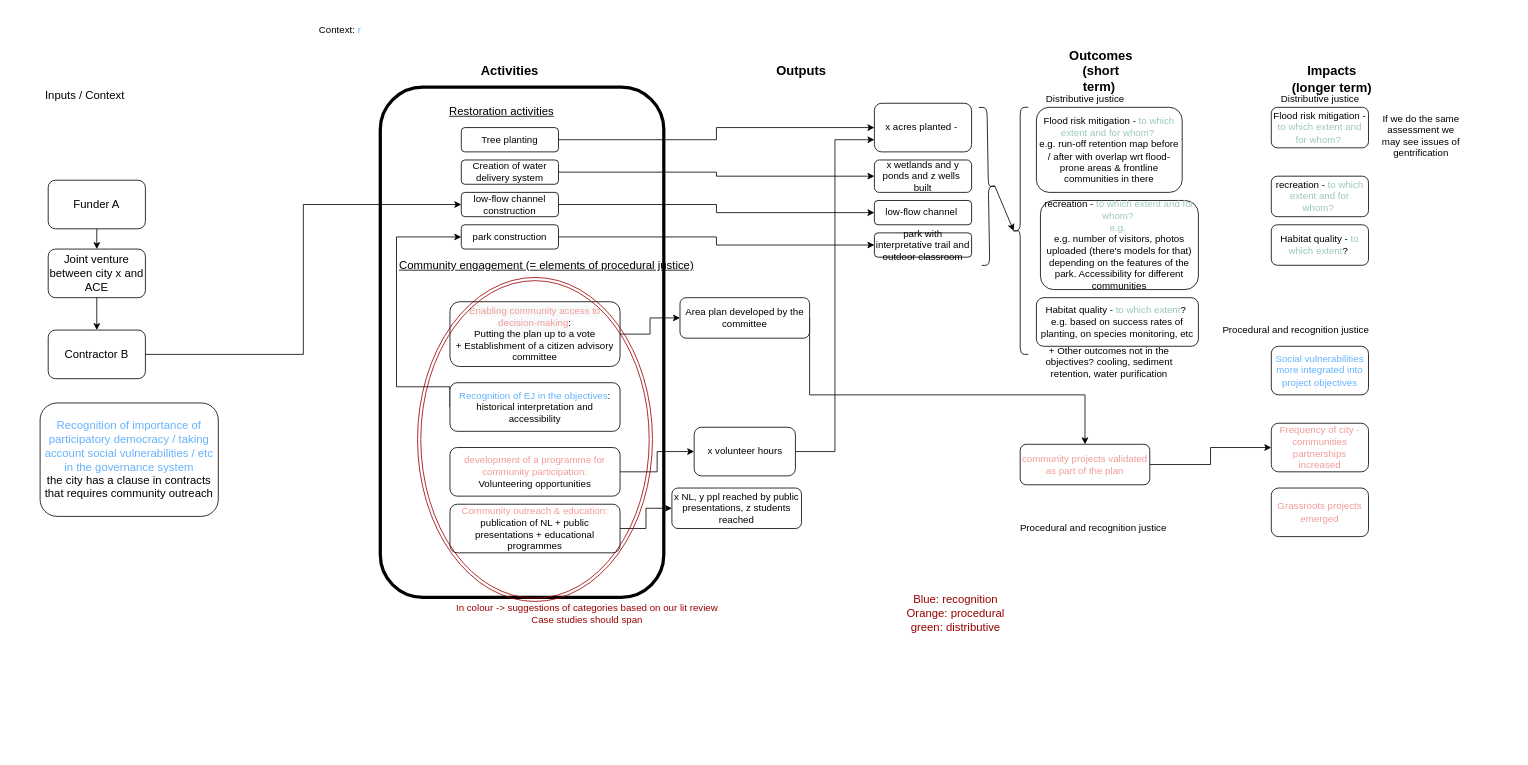
Before: TentativeEJframework.drawio in nadasaidi/automatic-funicular, a draw.io diagram. Source tidied: cells renumbered, new cells numbered last; positions are measured from the earlier drawing's top-left corner, leaving out a move shared by most shapes. Both pictures are drawn from the tidied source at 81%, with x=0, y=0 at pixel (40, 22).
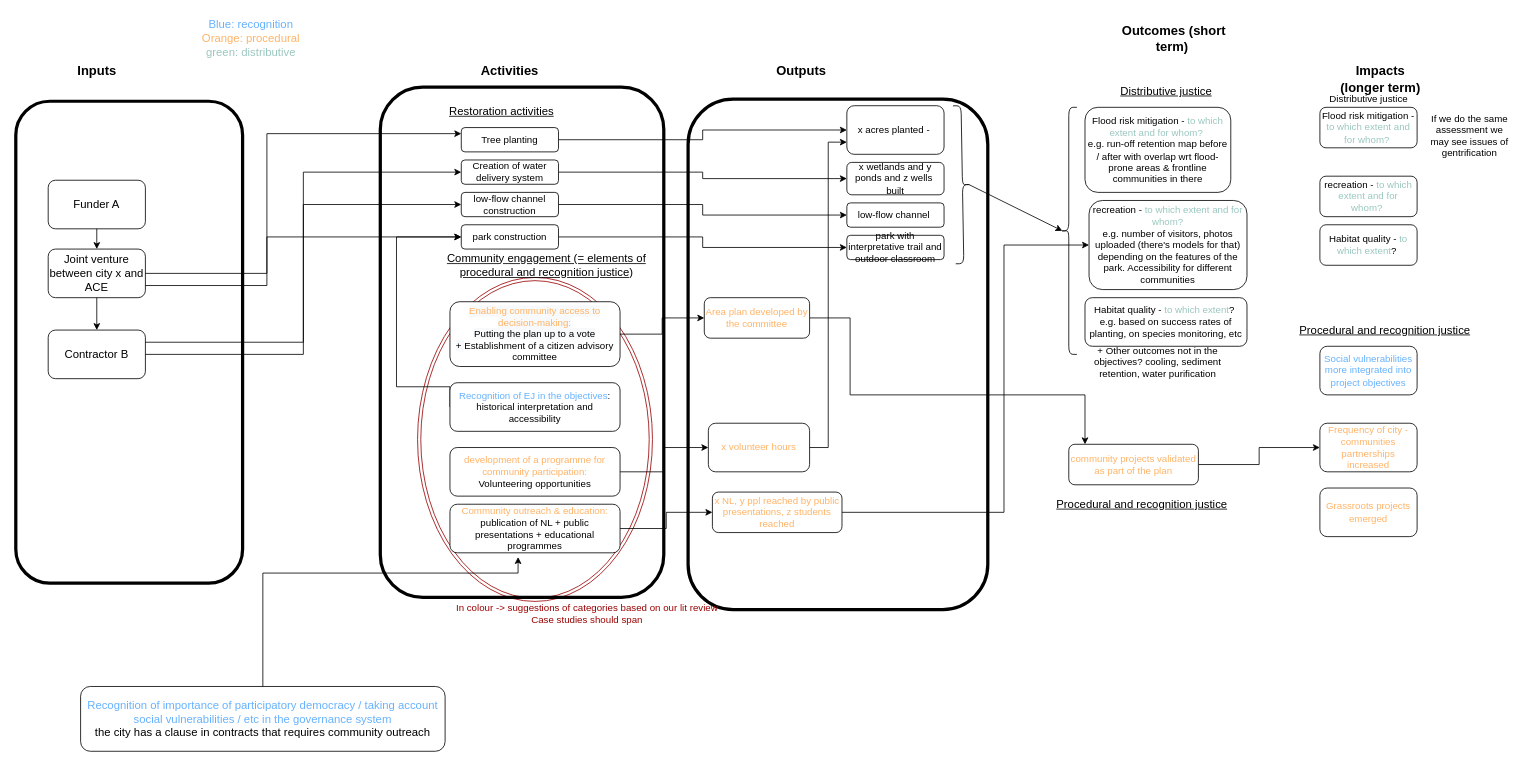
The same page after the edit.

Unchanged cells that the change refers to:
```xml
<mxCell id="5" value="Tree planting" style="rounded=1;whiteSpace=wrap;html=1;" parent="1" vertex="1">
  <mxGeometry x="520" y="130" width="120" height="30" as="geometry" />
</mxCell>
<mxCell id="8" value="Creation of water delivery system" style="rounded=1;whiteSpace=wrap;html=1;" parent="1" vertex="1">
  <mxGeometry x="520" y="170" width="120" height="30" as="geometry" />
</mxCell>
<mxCell id="12" value="park construction" style="rounded=1;whiteSpace=wrap;html=1;" parent="1" vertex="1">
  <mxGeometry x="520" y="250" width="120" height="30" as="geometry" />
</mxCell>
<mxCell id="62" value="Joint venture between city x and ACE" style="rounded=1;whiteSpace=wrap;html=1;strokeWidth=1;fillColor=none;fontSize=14;fontColor=#000000;" parent="1" vertex="1">
  <mxGeometry x="10" y="280" width="120" height="60" as="geometry" />
</mxCell>
<mxCell id="64" value="Contractor B" style="rounded=1;whiteSpace=wrap;html=1;strokeWidth=1;fillColor=none;fontSize=14;fontColor=#000000;" parent="1" vertex="1">
  <mxGeometry x="10" y="380" width="120" height="60" as="geometry" />
</mxCell>
```

What changed in the source:
```diff
@@
+    <mxCell id="66" style="rounded=1;whiteSpace=wrap;html=1;fontSize=16;fillColor=none;strokeWidth=4;" parent="1" vertex="1">
+      <mxGeometry x="800" y="95" width="370" height="630" as="geometry" />
+    </mxCell>
+    <mxCell id="67" style="rounded=1;whiteSpace=wrap;html=1;fontSize=16;fillColor=none;strokeWidth=4;" parent="1" vertex="1">
+      <mxGeometry x="-30" y="97.5" width="280" height="595" as="geometry" />
+    </mxCell>
+    <mxCell id="56" style="ellipse;shape=doubleEllipse;whiteSpace=wrap;html=1;fillColor=none;fontColor=#990000;strokeColor=#990000;" parent="1" vertex="1">
+      <mxGeometry x="466" y="315" width="290" height="400" as="geometry" />
+    </mxCell>
@@
-    <mxCell id="13" value="Community engagement (= elements of procedural justice)" style="text;html=1;align=center;verticalAlign=middle;fontSize=14;fontStyle=4;" parent="1" vertex="1">
-      <mxGeometry x="435" y="290" width="380" height="20" as="geometry" />
+    <mxCell id="13" value="&lt;div&gt;Community engagement (= elements of &lt;br&gt;&lt;/div&gt;&lt;div&gt;procedural and recognition justice)&lt;/div&gt;" style="text;html=1;align=center;verticalAlign=middle;fontSize=14;fontStyle=4;" parent="1" vertex="1">
+      <mxGeometry x="495" y="280" width="260" height="40" as="geometry" />
     </mxCell>
@@
-    <mxCell id="15" value="&lt;span style=&quot;font-family: &amp;#34;helvetica&amp;#34; ; font-size: 12px ; font-style: normal ; font-weight: 400 ; letter-spacing: normal ; text-align: center ; text-indent: 0px ; text-transform: none ; word-spacing: 0px ; background-color: rgb(248 , 249 , 250) ; display: inline ; float: none&quot;&gt;&lt;font color=&quot;#f19c99&quot;&gt;Enabling community access to decision-making&lt;/font&gt;&lt;/span&gt;&lt;span style=&quot;color: rgb(0 , 0 , 0) ; font-family: &amp;#34;helvetica&amp;#34; ; font-size: 12px ; font-style: normal ; font-weight: 400 ; letter-spacing: normal ; text-align: center ; text-indent: 0px ; text-transform: none ; word-spacing: 0px ; background-color: rgb(248 , 249 , 250) ; display: inline ; float: none&quot;&gt;: &lt;br&gt;Putting the plan up to a vote +&amp;nbsp;&lt;/span&gt;Establishment of a citizen advisory committee" style="rounded=1;whiteSpace=wrap;html=1;" parent="1" vertex="1">
+    <mxCell id="15" value="&lt;font color=&quot;#FFB366&quot;&gt;&lt;span style=&quot;font-family: &amp;#34;helvetica&amp;#34; ; font-size: 12px ; font-style: normal ; font-weight: 400 ; letter-spacing: normal ; text-align: center ; text-indent: 0px ; text-transform: none ; word-spacing: 0px ; background-color: rgb(248 , 249 , 250) ; display: inline ; float: none&quot;&gt;Enabling community access to decision-making&lt;/span&gt;&lt;/font&gt;&lt;span style=&quot;color: rgb(0 , 0 , 0) ; font-family: &amp;#34;helvetica&amp;#34; ; font-size: 12px ; font-style: normal ; font-weight: 400 ; letter-spacing: normal ; text-align: center ; text-indent: 0px ; text-transform: none ; word-spacing: 0px ; background-color: rgb(248 , 249 , 250) ; display: inline ; float: none&quot;&gt;&lt;font color=&quot;#FFB366&quot;&gt;: &lt;/font&gt;&lt;br&gt;Putting the plan up to a vote +&amp;nbsp;&lt;/span&gt;Establishment of a citizen advisory committee" style="rounded=1;whiteSpace=wrap;html=1;" parent="1" vertex="1">
       <mxGeometry x="506" y="345" width="210" height="80" as="geometry" />
     </mxCell>
@@
-    <mxCell id="19" value="&lt;font color=&quot;#f19c99&quot;&gt;development of a programme for community participation:&lt;/font&gt;&lt;br&gt;Volunteering opportunities" style="rounded=1;whiteSpace=wrap;html=1;" parent="1" vertex="1">
+    <mxCell id="19" value="&lt;font color=&quot;#FFB366&quot;&gt;development of a programme for community participation:&lt;/font&gt;&lt;br&gt;Volunteering opportunities" style="rounded=1;whiteSpace=wrap;html=1;" parent="1" vertex="1">
       <mxGeometry x="506" y="525" width="210" height="60" as="geometry" />
     </mxCell>
@@
-    <mxCell id="21" value="&lt;font color=&quot;#f19c99&quot;&gt;Community outreach &amp;amp; education:&lt;/font&gt;&lt;br&gt;publication of NL + public presentations + educational programmes" style="rounded=1;whiteSpace=wrap;html=1;" parent="1" vertex="1">
+    <mxCell id="21" value="&lt;font color=&quot;#FFB366&quot;&gt;Community outreach &amp;amp; education:&lt;/font&gt;&lt;br&gt;publication of NL + public presentations + educational programmes" style="rounded=1;whiteSpace=wrap;html=1;" parent="1" vertex="1">
       <mxGeometry x="506" y="595" width="210" height="60" as="geometry" />
     </mxCell>
@@
     <mxCell id="23" value="x acres planted -&amp;nbsp;" style="rounded=1;whiteSpace=wrap;html=1;" parent="1" vertex="1">
-      <mxGeometry x="1030" y="100" width="120" height="60" as="geometry" />
+      <mxGeometry x="996" y="103" width="120" height="60" as="geometry" />
     </mxCell>
     <mxCell id="24" value="x wetlands and y ponds and z wells&amp;nbsp; built" style="rounded=1;whiteSpace=wrap;html=1;" parent="1" vertex="1">
-      <mxGeometry x="1030" y="170" width="120" height="40" as="geometry" />
+      <mxGeometry x="996" y="173" width="120" height="40" as="geometry" />
     </mxCell>
     <mxCell id="25" value="low-flow channel&amp;nbsp;" style="rounded=1;whiteSpace=wrap;html=1;" parent="1" vertex="1">
-      <mxGeometry x="1030" y="220" width="120" height="30" as="geometry" />
+      <mxGeometry x="996" y="223" width="120" height="30" as="geometry" />
     </mxCell>
     <mxCell id="26" value="park with interpretative trail and outdoor classroom" style="rounded=1;whiteSpace=wrap;html=1;" parent="1" vertex="1">
-      <mxGeometry x="1030" y="260" width="120" height="30" as="geometry" />
+      <mxGeometry x="996" y="263" width="120" height="30" as="geometry" />
     </mxCell>
     <mxCell id="27" style="edgeStyle=orthogonalEdgeStyle;rounded=0;jettySize=auto;html=1;exitX=1;exitY=0.5;exitDx=0;exitDy=0;" parent="1" edge="1" source="28" target="35">
       <mxGeometry relative="1" as="geometry">
         <Array as="points">
-          <mxPoint x="950" y="460" />
+          <mxPoint x="1000" y="365" />
+          <mxPoint x="1000" y="460" />
           <mxPoint x="1290" y="460" />
         </Array>
       </mxGeometry>
     </mxCell>
-    <mxCell id="28" value="Area plan developed by the committee" style="rounded=1;whiteSpace=wrap;html=1;" parent="1" vertex="1">
-      <mxGeometry x="790" y="340" width="160" height="50" as="geometry" />
+    <mxCell id="28" value="&lt;font color=&quot;#FFB366&quot;&gt;Area plan developed by the committee&lt;/font&gt;" style="rounded=1;whiteSpace=wrap;html=1;" parent="1" vertex="1">
+      <mxGeometry x="820" y="340" width="130" height="50" as="geometry" />
     </mxCell>
+    <mxCell id="68" style="edgeStyle=orthogonalEdgeStyle;rounded=0;jettySize=auto;html=1;exitX=1;exitY=0.5;exitDx=0;exitDy=0;entryX=0;entryY=0.5;entryDx=0;entryDy=0;fontSize=16;fontColor=#000000;" parent="1" edge="1" source="29" target="36">
+      <mxGeometry relative="1" as="geometry">
+        <Array as="points">
+          <mxPoint x="1190" y="605" />
+          <mxPoint x="1190" y="275" />
+        </Array>
+      </mxGeometry>
+    </mxCell>
-    <mxCell id="29" value="x NL, y ppl reached by public presentations, z students reached" style="rounded=1;whiteSpace=wrap;html=1;" parent="1" vertex="1">
-      <mxGeometry x="780" y="575" width="160" height="50" as="geometry" />
+    <mxCell id="29" value="&lt;font color=&quot;#FFB366&quot;&gt;x NL, y ppl reached by public presentations, z students reached&lt;/font&gt;" style="rounded=1;whiteSpace=wrap;html=1;" parent="1" vertex="1">
+      <mxGeometry x="830" y="580" width="160" height="50" as="geometry" />
     </mxCell>
@@
-    <mxCell id="31" value="x volunteer hours" style="rounded=1;whiteSpace=wrap;html=1;" parent="1" vertex="1">
-      <mxGeometry x="807.5" y="500" width="125" height="60" as="geometry" />
+    <mxCell id="31" value="&lt;font color=&quot;#FFB366&quot;&gt;x volunteer hours&lt;/font&gt;" style="rounded=1;whiteSpace=wrap;html=1;" parent="1" vertex="1">
+      <mxGeometry x="825" y="495" width="125" height="60" as="geometry" />
     </mxCell>
     <mxCell id="32" value="Outcomes (short term)&amp;nbsp;" style="text;html=1;strokeColor=none;fillColor=none;align=center;verticalAlign=middle;whiteSpace=wrap;rounded=0;fontSize=16;fontStyle=1;" parent="1" vertex="1">
-      <mxGeometry x="1270" y="50" width="80" height="20" as="geometry" />
+      <mxGeometry x="1335" y="10" width="130" height="20" as="geometry" />
     </mxCell>
     <mxCell id="33" value="Flood risk mitigation - &lt;font color=&quot;#9ac7bf&quot;&gt;to which extent and for whom?&lt;/font&gt;&amp;nbsp;&lt;br&gt;e.g. run-off retention map before / after with overlap wrt flood-prone areas &amp;amp; frontline communities in there" style="rounded=1;whiteSpace=wrap;html=1;" parent="1" vertex="1">
-      <mxGeometry x="1230" y="105" width="180" height="105" as="geometry" />
+      <mxGeometry x="1290" y="105" width="180" height="105" as="geometry" />
     </mxCell>
@@
-    <mxCell id="35" value="&lt;font color=&quot;#f19c99&quot;&gt;community projects validated as part of the plan&lt;/font&gt;" style="rounded=1;whiteSpace=wrap;html=1;" parent="1" vertex="1">
-      <mxGeometry x="1210" y="521" width="160" height="50" as="geometry" />
+    <mxCell id="35" value="&lt;font color=&quot;#FFB366&quot;&gt;community projects validated as part of the plan&lt;/font&gt;" style="rounded=1;whiteSpace=wrap;html=1;" parent="1" vertex="1">
+      <mxGeometry x="1270" y="521" width="160" height="50" as="geometry" />
     </mxCell>
-    <mxCell id="36" value="recreation - &lt;font color=&quot;#9ac7bf&quot;&gt;to which extent and for whom?&amp;nbsp;&lt;/font&gt;&lt;br&gt;&lt;font color=&quot;#9ac7bf&quot;&gt;e.g.&amp;nbsp;&lt;/font&gt;&lt;br&gt;e.g. number of visitors, photos uploaded (there's models for that) depending on the features of the park. Accessibility for different communities" style="rounded=1;whiteSpace=wrap;html=1;" parent="1" vertex="1">
-      <mxGeometry x="1235" y="220" width="195" height="110" as="geometry" />
+    <mxCell id="36" value="recreation - &lt;font color=&quot;#9ac7bf&quot;&gt;to which extent and for whom? &lt;/font&gt;&lt;br&gt;e.g. number of visitors, photos uploaded (there's models for that) depending on the features of the park. Accessibility for different communities" style="rounded=1;whiteSpace=wrap;html=1;" parent="1" vertex="1">
+      <mxGeometry x="1295" y="220" width="195" height="110" as="geometry" />
     </mxCell>
     <mxCell id="37" value="Habitat quality - &lt;font color=&quot;#9ac7bf&quot;&gt;to which extent&lt;/font&gt;?&amp;nbsp;&lt;br&gt;e.g. based on success rates of planting, on species monitoring, etc" style="rounded=1;whiteSpace=wrap;html=1;" parent="1" vertex="1">
-      <mxGeometry x="1230" y="340" width="200" height="60" as="geometry" />
+      <mxGeometry x="1290" y="340" width="200" height="60" as="geometry" />
     </mxCell>
-    <mxCell id="38" value="Distributive justice" style="text;html=1;align=center;verticalAlign=middle;" parent="1" vertex="1">
-      <mxGeometry x="1235" y="85" width="110" height="20" as="geometry" />
+    <mxCell id="38" value="Distributive justice" style="text;html=1;align=center;verticalAlign=middle;fontSize=14;fontStyle=4;" parent="1" vertex="1">
+      <mxGeometry x="1325" y="75" width="130" height="20" as="geometry" />
     </mxCell>
     <mxCell id="39" value="Impacts (longer term)" style="text;html=1;strokeColor=none;fillColor=none;align=center;verticalAlign=middle;whiteSpace=wrap;rounded=0;fontSize=16;fontStyle=1;" parent="1" vertex="1">
-      <mxGeometry x="1540" y="60" width="110" height="20" as="geometry" />
+      <mxGeometry x="1600" y="60" width="110" height="20" as="geometry" />
     </mxCell>
     <mxCell id="40" style="shape=curlyBracket;whiteSpace=wrap;html=1;rounded=1;strokeColor=#000000;" parent="1" vertex="1">
-      <mxGeometry x="1200" y="105" width="20" height="305" as="geometry" />
+      <mxGeometry x="1260" y="105" width="20" height="305" as="geometry" />
     </mxCell>
     <mxCell id="41" style="shape=curlyBracket;whiteSpace=wrap;html=1;rounded=1;strokeColor=#000000;rotation=-181;size=0.5;" parent="1" vertex="1">
-      <mxGeometry x="1160.7" y="105" width="20" height="195" as="geometry" />
+      <mxGeometry x="1128.7" y="103" width="20" height="195" as="geometry" />
     </mxCell>
-    <mxCell id="42" style="endArrow=classic;html=1;entryX=0.1;entryY=0.5;entryDx=0;entryDy=0;entryPerimeter=0;exitX=0.1;exitY=0.5;exitDx=0;exitDy=0;exitPerimeter=0;" parent="1" edge="1" source="41" target="40">
+    <mxCell id="42" style="endArrow=classic;html=1;exitX=0.1;exitY=0.5;exitDx=0;exitDy=0;exitPerimeter=0;entryX=0.1;entryY=0.5;entryDx=0;entryDy=0;entryPerimeter=0;" parent="1" edge="1" source="41" target="40">
       <mxGeometry relative="1" as="geometry" />
     </mxCell>
     <mxCell id="43" value="Flood risk mitigation - &lt;font color=&quot;#9ac7bf&quot;&gt;to which extent and for whom?&lt;/font&gt;&amp;nbsp;" style="rounded=1;whiteSpace=wrap;html=1;" parent="1" vertex="1">
-      <mxGeometry x="1520" y="105" width="120" height="50" as="geometry" />
+      <mxGeometry x="1580" y="105" width="120" height="50" as="geometry" />
     </mxCell>
     <mxCell id="44" value="recreation - &lt;font color=&quot;#9ac7bf&quot;&gt;to which extent and for whom?&amp;nbsp;&lt;/font&gt;" style="rounded=1;whiteSpace=wrap;html=1;" parent="1" vertex="1">
-      <mxGeometry x="1520" y="190" width="120" height="50" as="geometry" />
+      <mxGeometry x="1580" y="190" width="120" height="50" as="geometry" />
     </mxCell>
     <mxCell id="45" value="Habitat quality - &lt;font color=&quot;#9ac7bf&quot;&gt;to which extent&lt;/font&gt;?&amp;nbsp;" style="rounded=1;whiteSpace=wrap;html=1;" parent="1" vertex="1">
-      <mxGeometry x="1520" y="250" width="120" height="50" as="geometry" />
+      <mxGeometry x="1580" y="250" width="120" height="50" as="geometry" />
     </mxCell>
     <mxCell id="46" value="Distributive justice" style="text;html=1;align=center;verticalAlign=middle;" parent="1" vertex="1">
-      <mxGeometry x="1525" y="85" width="110" height="20" as="geometry" />
+      <mxGeometry x="1585" y="85" width="110" height="20" as="geometry" />
     </mxCell>
     <mxCell id="47" value="If we do the same assessment we may see issues of gentrification" style="text;html=1;strokeColor=none;fillColor=none;align=center;verticalAlign=middle;whiteSpace=wrap;rounded=0;" parent="1" vertex="1">
-      <mxGeometry x="1650" y="130" width="110" height="20" as="geometry" />
+      <mxGeometry x="1710" y="130" width="110" height="20" as="geometry" />
     </mxCell>
     <mxCell id="48" value="+ Other outcomes not in the objectives? cooling, sediment retention, water purification" style="text;html=1;strokeColor=none;fillColor=none;align=center;verticalAlign=middle;whiteSpace=wrap;rounded=0;" parent="1" vertex="1">
-      <mxGeometry x="1235" y="410" width="170" height="20" as="geometry" />
+      <mxGeometry x="1295" y="410" width="170" height="20" as="geometry" />
     </mxCell>
-    <mxCell id="49" value="&lt;font color=&quot;#f19c99&quot;&gt;Frequency of city - communities partnerships increased&lt;/font&gt;" style="rounded=1;whiteSpace=wrap;html=1;strokeColor=#000000;" parent="1" vertex="1">
-      <mxGeometry x="1520" y="495" width="120" height="60" as="geometry" />
+    <mxCell id="49" value="&lt;font color=&quot;#FFB366&quot;&gt;Frequency of city - communities partnerships increased&lt;/font&gt;" style="rounded=1;whiteSpace=wrap;html=1;strokeColor=#000000;" parent="1" vertex="1">
+      <mxGeometry x="1580" y="495" width="120" height="60" as="geometry" />
     </mxCell>
     <mxCell id="50" value="&lt;font color=&quot;#66b2ff&quot;&gt;Social vulnerabilities more integrated into project objectives&lt;/font&gt;" style="rounded=1;whiteSpace=wrap;html=1;strokeColor=#000000;" parent="1" vertex="1">
-      <mxGeometry x="1520" y="400" width="120" height="60" as="geometry" />
+      <mxGeometry x="1580" y="400" width="120" height="60" as="geometry" />
     </mxCell>
@@
-    <mxCell id="52" value="Context:&lt;font color=&quot;#66b2ff&quot;&gt; r&lt;/font&gt;" style="text;html=1;align=center;verticalAlign=middle;" parent="1" vertex="1">
-      <mxGeometry x="335" width="70" height="20" as="geometry" />
-    </mxCell>
-    <mxCell id="53" value="&lt;font color=&quot;#f19c99&quot;&gt;Grassroots projects emerged&lt;/font&gt;" style="rounded=1;whiteSpace=wrap;html=1;strokeColor=#000000;" parent="1" vertex="1">
-      <mxGeometry x="1520" y="575" width="120" height="60" as="geometry" />
+    <mxCell id="53" value="&lt;font color=&quot;#FFB366&quot;&gt;Grassroots projects emerged&lt;/font&gt;" style="rounded=1;whiteSpace=wrap;html=1;strokeColor=#000000;" parent="1" vertex="1">
+      <mxGeometry x="1580" y="575" width="120" height="60" as="geometry" />
     </mxCell>
-    <mxCell id="54" value="Procedural and recognition justice" style="text;html=1;align=center;verticalAlign=middle;" parent="1" vertex="1">
-      <mxGeometry x="1450" y="370" width="200" height="20" as="geometry" />
+    <mxCell id="54" value="Procedural and recognition justice" style="text;html=1;align=center;verticalAlign=middle;fontSize=14;fontStyle=4;" parent="1" vertex="1">
+      <mxGeometry x="1545" y="370" width="230" height="20" as="geometry" />
     </mxCell>
-    <mxCell id="55" value="Procedural and recognition justice" style="text;html=1;align=center;verticalAlign=middle;" parent="1" vertex="1">
-      <mxGeometry x="1200" y="615" width="200" height="20" as="geometry" />
+    <mxCell id="55" value="Procedural and recognition justice" style="text;html=1;align=center;verticalAlign=middle;fontSize=14;fontStyle=4;" parent="1" vertex="1">
+      <mxGeometry x="1245" y="585" width="230" height="20" as="geometry" />
     </mxCell>
-    <mxCell id="56" style="ellipse;shape=doubleEllipse;whiteSpace=wrap;html=1;fillColor=none;fontColor=#990000;strokeColor=#990000;" parent="1" vertex="1">
-      <mxGeometry x="466" y="315" width="290" height="400" as="geometry" />
-    </mxCell>
-    <mxCell id="57" value="&lt;div&gt;Blue: recognition&lt;/div&gt;&lt;div&gt;Orange: procedural&lt;/div&gt;&lt;div&gt;green: distributive&lt;br&gt;&lt;/div&gt;" style="text;html=1;align=center;verticalAlign=middle;fontSize=14;fontColor=#990000;" parent="1" vertex="1">
-      <mxGeometry x="1060" y="700" width="140" height="60" as="geometry" />
+    <mxCell id="57" value="&lt;div&gt;&lt;font color=&quot;#66B2FF&quot;&gt;Blue: recognition&lt;/font&gt;&lt;/div&gt;&lt;div&gt;&lt;font color=&quot;#FFB366&quot;&gt;Orange: procedural&lt;/font&gt;&lt;/div&gt;&lt;div&gt;&lt;font color=&quot;#9AC7BF&quot;&gt;green: distributive&lt;/font&gt;&lt;br&gt;&lt;/div&gt;" style="text;html=1;align=center;verticalAlign=middle;fontSize=14;fontColor=#990000;" parent="1" vertex="1">
+      <mxGeometry x="190" y="-10" width="140" height="60" as="geometry" />
     </mxCell>
-    <mxCell id="58" value="Inputs / Context" style="text;html=1;align=center;verticalAlign=middle;fontSize=14;" parent="1" vertex="1">
-      <mxGeometry y="80" width="110" height="20" as="geometry" />
+    <mxCell id="58" value="Inputs " style="text;html=1;align=center;verticalAlign=middle;fontSize=16;fontStyle=1;" parent="1" vertex="1">
+      <mxGeometry x="40" y="50" width="60" height="20" as="geometry" />
     </mxCell>
@@
+    <mxCell id="69" style="edgeStyle=orthogonalEdgeStyle;rounded=0;jettySize=auto;html=1;exitX=1;exitY=0.5;exitDx=0;exitDy=0;entryX=0;entryY=0.25;entryDx=0;entryDy=0;fontSize=14;fontColor=#000000;" parent="1" edge="1" source="62" target="5">
+      <mxGeometry relative="1" as="geometry">
+        <Array as="points">
+          <mxPoint x="280" y="310" />
+          <mxPoint x="280" y="138" />
+        </Array>
+      </mxGeometry>
+    </mxCell>
+    <mxCell id="70" style="edgeStyle=orthogonalEdgeStyle;rounded=0;jettySize=auto;html=1;exitX=1;exitY=0.75;exitDx=0;exitDy=0;entryX=0;entryY=0.5;entryDx=0;entryDy=0;fontSize=14;fontColor=#000000;" parent="1" edge="1" source="62" target="12">
+      <mxGeometry relative="1" as="geometry">
+        <Array as="points">
+          <mxPoint x="280" y="325" />
+          <mxPoint x="280" y="265" />
+        </Array>
+      </mxGeometry>
+    </mxCell>
@@
+    <mxCell id="71" style="edgeStyle=orthogonalEdgeStyle;rounded=0;jettySize=auto;html=1;exitX=1;exitY=0.25;exitDx=0;exitDy=0;entryX=0;entryY=0.5;entryDx=0;entryDy=0;fontSize=14;fontColor=#000000;" parent="1" edge="1" source="64" target="8">
+      <mxGeometry relative="1" as="geometry" />
+    </mxCell>
@@
+    <mxCell id="72" style="edgeStyle=orthogonalEdgeStyle;rounded=0;jettySize=auto;html=1;exitX=0.5;exitY=0;exitDx=0;exitDy=0;entryX=0.428;entryY=0.863;entryDx=0;entryDy=0;entryPerimeter=0;fontSize=14;fontColor=#000000;" parent="1" edge="1" source="65" target="56">
+      <mxGeometry relative="1" as="geometry">
+        <Array as="points">
+          <mxPoint x="275" y="680" />
+          <mxPoint x="590" y="680" />
+        </Array>
+      </mxGeometry>
+    </mxCell>
     <mxCell id="65" value="&lt;font color=&quot;#66b2ff&quot;&gt;Recognition of importance of participatory democracy / taking account social vulnerabilities / etc in the governance system&lt;/font&gt;&lt;br&gt;the city has a clause in contracts that requires community outreach" style="rounded=1;whiteSpace=wrap;html=1;strokeWidth=1;fillColor=none;fontSize=14;fontColor=#000000;" parent="1" vertex="1">
-      <mxGeometry y="470" width="220" height="140" as="geometry" />
+      <mxGeometry x="50" y="820" width="450" height="80" as="geometry" />
     </mxCell>
```
